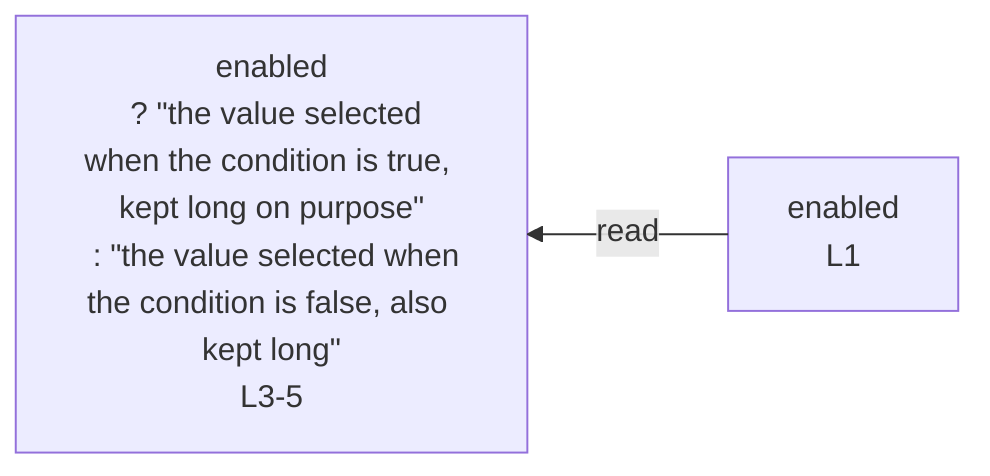
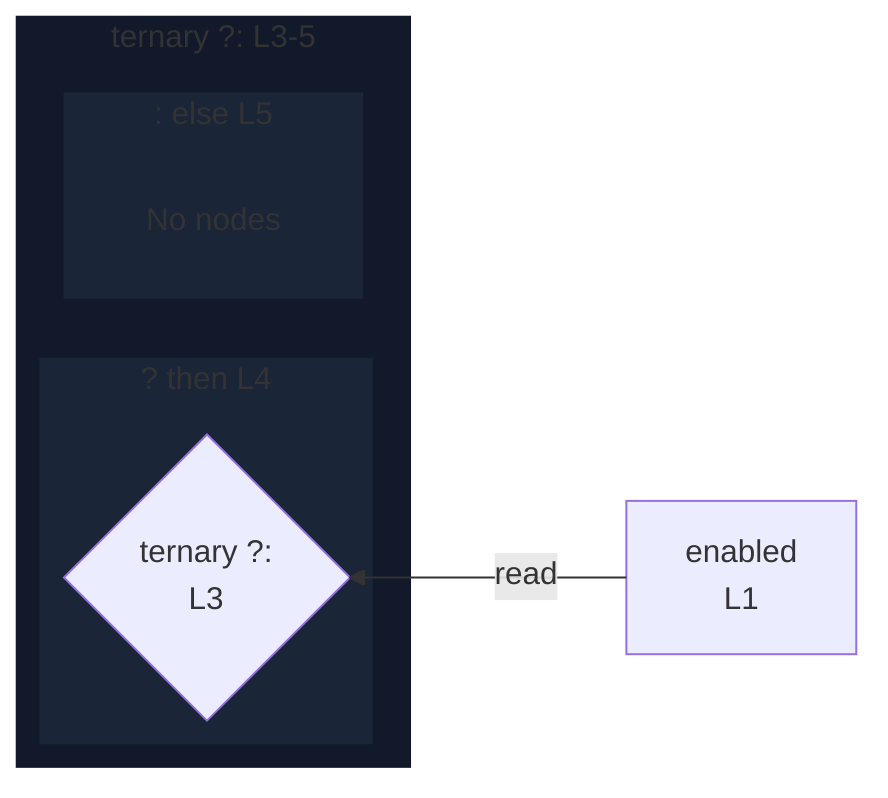
%%{init: {"flowchart": {"defaultRenderer": "elk"}}}%%
flowchart RL
  n_scope_0_enabled_6["enabled<br/>L1"]
-   n_scope_0_enabled_6 -->|read| expr_stmt_23
-   expr_stmt_23["enabled
-   ? &quot;the value selected when the condition is true, kept long on purpose&quot;
-   : &quot;the value selected when the condition is false, also kept long&quot;<br/>L3-5"]
+   subgraph cont_ternary_scope_0_23["ternary ?: L3-5"]
+     direction RL
+     subgraph s_scope_1["? then L4"]
+       direction RL
+       ternary_test_scope_0_23{"ternary ?:<br/>L3"}
+     end
+     subgraph s_scope_2[": else L5"]
+       direction RL
+       elk_empty_s_scope_2["No nodes"]
+     end
+   end
+   n_scope_0_enabled_6 -->|read| ternary_test_scope_0_23
+   classDef nestL1 fill:#11192a,stroke:transparent;
+   class cont_ternary_scope_0_23 nestL1;
+   classDef nestL2 fill:#1a2538,stroke:transparent;
+   class s_scope_1 nestL2;
+   class s_scope_2 nestL2;
+   classDef elkEmptyPlaceholder fill:transparent,stroke:transparent;
+   class elk_empty_s_scope_2 elkEmptyPlaceholder;
